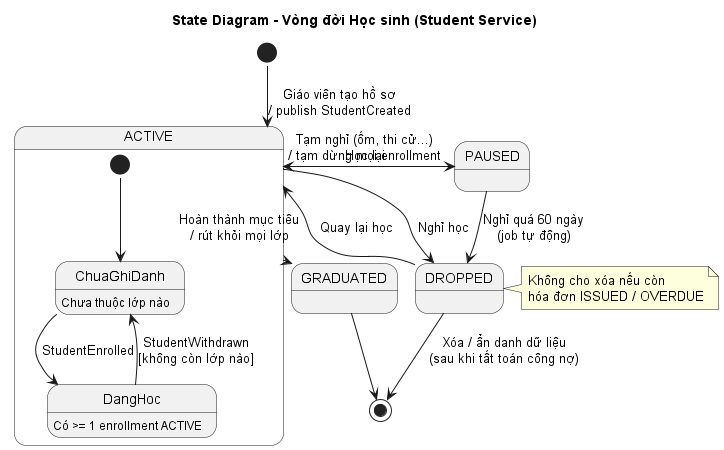
Earlier version of the PlantUML export docs/diagrams/out/09-state-student.png (thuanbui-1203/private-tutor-management-system). The source it was exported from:
```plantuml
@startuml 09-state-student
!pragma layout smetana
title State Diagram - Vòng đời Học sinh (Student Service)

[*] --> ACTIVE : Giáo viên tạo hồ sơ\n/ publish StudentCreated

state ACTIVE {
  [*] --> ChuaGhiDanh
  ChuaGhiDanh : Chưa thuộc lớp nào
  DangHoc : Có >= 1 enrollment ACTIVE
  ChuaGhiDanh --> DangHoc : StudentEnrolled
  DangHoc --> ChuaGhiDanh : StudentWithdrawn\n[không còn lớp nào]
}

ACTIVE --> PAUSED : Tạm nghỉ (ốm, thi cử...)\n/ tạm dừng mọi enrollment
PAUSED --> ACTIVE : Học lại
ACTIVE --> GRADUATED : Hoàn thành mục tiêu\n/ rút khỏi mọi lớp
ACTIVE --> DROPPED : Nghỉ học
PAUSED --> DROPPED : Nghỉ quá 60 ngày\n(job tự động)

GRADUATED --> [*]
DROPPED --> ACTIVE : Quay lại học
DROPPED --> [*] : Xóa / ẩn danh dữ liệu\n(sau khi tất toán công nợ)

note right of DROPPED
  Không cho xóa nếu còn
  hóa đơn ISSUED / OVERDUE
end note
@enduml
```
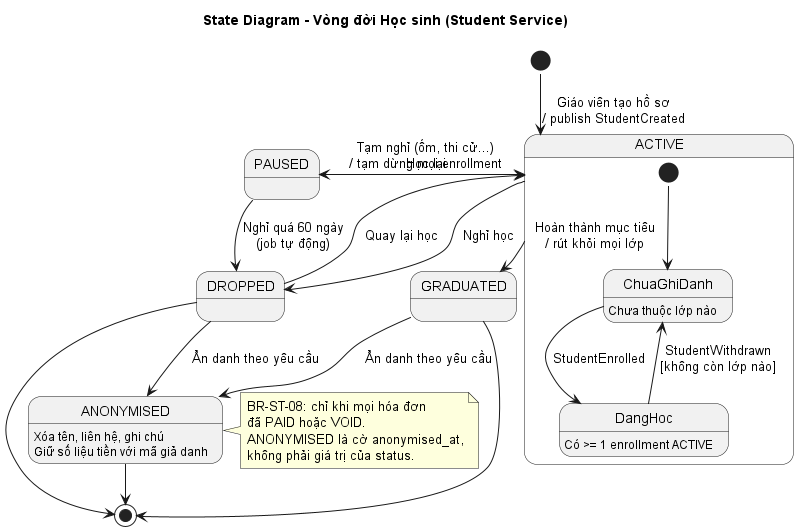
Above is the later version.

The edit, as a diff of the source:
```diff
@@ -18,12 +18,19 @@
 ACTIVE --> DROPPED : Nghỉ học
 PAUSED --> DROPPED : Nghỉ quá 60 ngày\n(job tự động)
 
+DROPPED --> ACTIVE : Quay lại học
 GRADUATED --> [*]
-DROPPED --> ACTIVE : Quay lại học
-DROPPED --> [*] : Xóa / ẩn danh dữ liệu\n(sau khi tất toán công nợ)
+DROPPED --> [*]
+GRADUATED --> ANONYMISED : Ẩn danh theo yêu cầu
+DROPPED --> ANONYMISED : Ẩn danh theo yêu cầu
+ANONYMISED --> [*]
+ANONYMISED : Xóa tên, liên hệ, ghi chú
+ANONYMISED : Giữ số liệu tiền với mã giả danh
 
-note right of DROPPED
-  Không cho xóa nếu còn
-  hóa đơn ISSUED / OVERDUE
+note right of ANONYMISED
+  BR-ST-08: chỉ khi mọi hóa đơn
+  đã PAID hoặc VOID.
+  ANONYMISED là cờ anonymised_at,
+  không phải giá trị của status.
 end note
 @enduml
```
